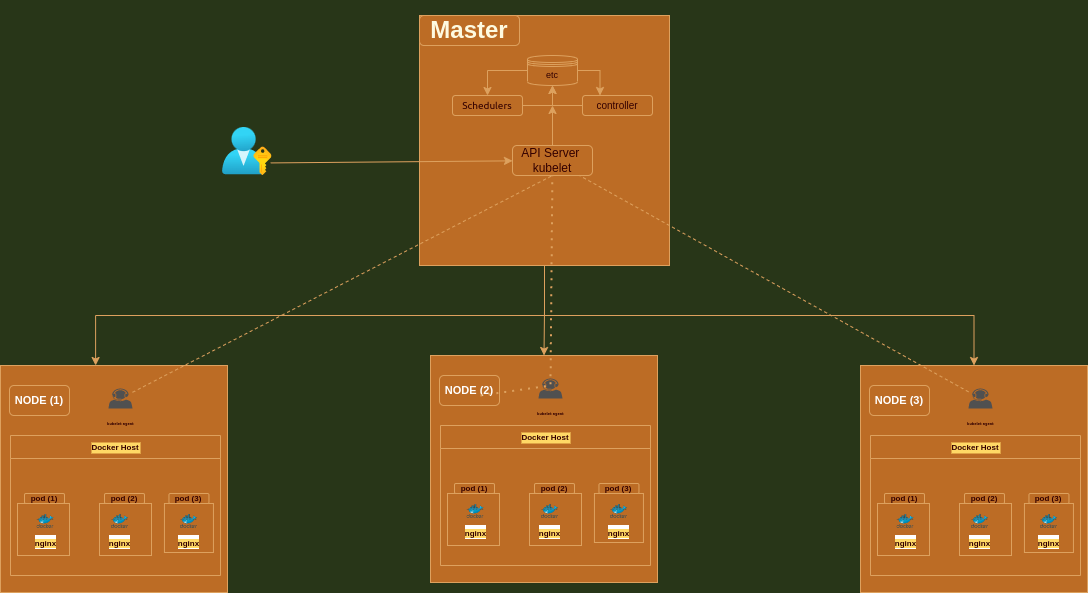
The draw.io diagram images/Kub.png in hossamalsankary/DevOps-journey, before a commit. Source tidied: cells renumbered, new cells last; positions are measured from the earlier drawing's top-left corner, leaving out a move shared by most shapes. The source it was exported from:
```xml
<mxGraphModel background="#283618">
  <root>
    <mxCell id="0" />
    <mxCell id="1" parent="0" />
    <mxCell id="2" style="edgeStyle=orthogonalEdgeStyle;rounded=0;jettySize=auto;html=1;strokeColor=#DDA15E;fontSize=4;fontColor=#330000;fillColor=#BC6C25;" parent="1" edge="1" source="5" target="44">
      <mxGeometry relative="1" as="geometry" />
    </mxCell>
    <mxCell id="3" style="edgeStyle=orthogonalEdgeStyle;rounded=0;jettySize=auto;html=1;exitX=0.5;exitY=1;exitDx=0;exitDy=0;strokeColor=#DDA15E;fontSize=4;fontColor=#330000;fillColor=#BC6C25;" parent="1" edge="1" source="5" target="31">
      <mxGeometry relative="1" as="geometry" />
    </mxCell>
    <mxCell id="4" style="edgeStyle=orthogonalEdgeStyle;rounded=0;jettySize=auto;html=1;entryX=0.419;entryY=0;entryDx=0;entryDy=0;entryPerimeter=0;strokeColor=#DDA15E;fontSize=4;fontColor=#330000;fillColor=#BC6C25;" parent="1" edge="1" source="5" target="6">
      <mxGeometry relative="1" as="geometry">
        <Array as="points">
          <mxPoint x="544" y="300" />
          <mxPoint x="95" y="300" />
        </Array>
      </mxGeometry>
    </mxCell>
    <mxCell id="5" style="whiteSpace=wrap;html=1;strokeColor=#DDA15E;fontColor=#FEFAE0;fillColor=#BC6C25;fontStyle=1;" parent="1" vertex="1">
      <mxGeometry x="419" width="250" height="250" as="geometry" />
    </mxCell>
    <mxCell id="6" style="whiteSpace=wrap;html=1;strokeColor=#DDA15E;fontColor=#FEFAE0;fillColor=#BC6C25;" parent="1" vertex="1">
      <mxGeometry y="350" width="227" height="227" as="geometry" />
    </mxCell>
    <mxCell id="7" value="&lt;h1&gt;&lt;b&gt;Master&lt;/b&gt;&lt;/h1&gt;" style="rounded=1;whiteSpace=wrap;html=1;strokeColor=#DDA15E;fontColor=#FEFAE0;fillColor=#BC6C25;" parent="1" vertex="1">
      <mxGeometry x="419" width="100" height="30" as="geometry" />
    </mxCell>
    <mxCell id="8" style="edgeStyle=orthogonalEdgeStyle;rounded=0;jettySize=auto;html=1;strokeColor=#DDA15E;fontSize=9;fontColor=#330000;fillColor=#BC6C25;" parent="1" edge="1" source="9">
      <mxGeometry relative="1" as="geometry">
        <mxPoint x="552" y="90" as="targetPoint" />
      </mxGeometry>
    </mxCell>
    <mxCell id="9" value="API Server&amp;nbsp;&lt;br&gt;kubelet" style="rounded=1;whiteSpace=wrap;html=1;strokeColor=#DDA15E;fontColor=#330000;fillColor=#BC6C25;" parent="1" vertex="1">
      <mxGeometry x="512" y="130" width="80" height="30" as="geometry" />
    </mxCell>
    <mxCell id="10" style="html=1;points=[];align=center;image;fontSize=12;image=img/lib/azure2/azure_stack/User_Subscriptions.svg;strokeColor=#DDA15E;fontColor=#330000;fillColor=#BC6C25;" parent="1" vertex="1">
      <mxGeometry x="222" y="112" width="49.5" height="48" as="geometry" />
    </mxCell>
    <mxCell id="11" style="endArrow=classic;html=1;rounded=0;strokeColor=#DDA15E;fontColor=#330000;fillColor=#BC6C25;exitX=0.975;exitY=0.738;exitDx=0;exitDy=0;exitPerimeter=0;" parent="1" edge="1" source="10" target="9">
      <mxGeometry relative="1" as="geometry" />
    </mxCell>
    <mxCell id="12" style="edgeStyle=orthogonalEdgeStyle;rounded=0;jettySize=auto;html=1;entryX=0.5;entryY=1;entryDx=0;entryDy=0;strokeColor=#DDA15E;fontSize=9;fontColor=#330000;fillColor=#BC6C25;" parent="1" edge="1" source="13" target="18">
      <mxGeometry relative="1" as="geometry" />
    </mxCell>
    <mxCell id="13" value="controller" style="rounded=1;whiteSpace=wrap;html=1;strokeColor=#DDA15E;fontSize=10;fontColor=#330000;fillColor=#BC6C25;" parent="1" vertex="1">
      <mxGeometry x="582" y="80" width="70" height="20" as="geometry" />
    </mxCell>
    <mxCell id="14" style="edgeStyle=orthogonalEdgeStyle;rounded=0;jettySize=auto;html=1;strokeColor=#DDA15E;fontSize=9;fontColor=#330000;fillColor=#BC6C25;" parent="1" edge="1" source="15">
      <mxGeometry relative="1" as="geometry">
        <mxPoint x="552" y="70" as="targetPoint" />
      </mxGeometry>
    </mxCell>
    <mxCell id="15" value="&lt;span style=&quot;font-family: -apple-system, BlinkMacSystemFont, &amp;quot;Segoe WPC&amp;quot;, &amp;quot;Segoe UI&amp;quot;, system-ui, Ubuntu, &amp;quot;Droid Sans&amp;quot;, sans-serif; text-align: left;&quot;&gt;Schedulers&lt;/span&gt;" style="rounded=1;whiteSpace=wrap;html=1;strokeColor=#DDA15E;fontSize=10;fontColor=#330000;fillColor=#BC6C25;" parent="1" vertex="1">
      <mxGeometry x="452" y="80" width="70" height="20" as="geometry" />
    </mxCell>
    <mxCell id="16" style="edgeStyle=orthogonalEdgeStyle;rounded=0;jettySize=auto;html=1;entryX=0.25;entryY=0;entryDx=0;entryDy=0;strokeColor=#DDA15E;fontSize=9;fontColor=#330000;fillColor=#BC6C25;" parent="1" edge="1" source="18" target="13">
      <mxGeometry relative="1" as="geometry" />
    </mxCell>
    <mxCell id="17" style="edgeStyle=orthogonalEdgeStyle;rounded=0;jettySize=auto;html=1;strokeColor=#DDA15E;fontSize=9;fontColor=#330000;fillColor=#BC6C25;" parent="1" edge="1" source="18" target="15">
      <mxGeometry relative="1" as="geometry" />
    </mxCell>
    <mxCell id="18" value="etc" style="shape=datastore;whiteSpace=wrap;html=1;strokeColor=#DDA15E;fontSize=9;fontColor=#330000;fillColor=#BC6C25;" parent="1" vertex="1">
      <mxGeometry x="527" y="40" width="50" height="30" as="geometry" />
    </mxCell>
    <mxCell id="19" value="&lt;font size=&quot;1&quot; style=&quot;&quot; color=&quot;#ffffff&quot;&gt;&lt;b style=&quot;font-size: 11px;&quot;&gt;NODE (1)&lt;/b&gt;&lt;/font&gt;" style="rounded=1;whiteSpace=wrap;html=1;strokeColor=#DDA15E;fontSize=9;fontColor=#330000;fillColor=#BC6C25;" parent="1" vertex="1">
      <mxGeometry x="9" y="370" width="60" height="30" as="geometry" />
    </mxCell>
    <mxCell id="20" value="&lt;span style=&quot;font-family: -apple-system, BlinkMacSystemFont, &amp;quot;Segoe WPC&amp;quot;, &amp;quot;Segoe UI&amp;quot;, system-ui, Ubuntu, &amp;quot;Droid Sans&amp;quot;, sans-serif; text-align: left;&quot;&gt;&lt;b style=&quot;&quot;&gt;&lt;font style=&quot;font-size: 4px;&quot; color=&quot;#330000&quot;&gt;kubelet agent&lt;/font&gt;&lt;/b&gt;&lt;/span&gt;" style="sketch=0;shadow=0;dashed=0;html=1;strokeColor=none;fillColor=#505050;labelPosition=center;verticalLabelPosition=bottom;verticalAlign=top;outlineConnect=0;align=center;shape=mxgraph.office.users.call_center_agent;fontSize=11;fontColor=#FFFFFF;" parent="1" vertex="1">
      <mxGeometry x="108" y="373" width="24" height="20" as="geometry" />
    </mxCell>
    <mxCell id="21" style="whiteSpace=wrap;html=1;strokeColor=#DDA15E;fontSize=9;fontColor=#330000;fillColor=#BC6C25;" parent="1" vertex="1">
      <mxGeometry x="99" y="488" width="52" height="52" as="geometry" />
    </mxCell>
    <mxCell id="22" value="&lt;font style=&quot;font-size: 8px;&quot;&gt;&lt;b style=&quot;line-height: 1;&quot;&gt;pod (2)&lt;/b&gt;&lt;/font&gt;" style="rounded=1;whiteSpace=wrap;html=1;strokeColor=#DDA15E;fontSize=9;fontColor=#330000;fillColor=#BC6C25;" parent="1" vertex="1">
      <mxGeometry x="104" y="478" width="40" height="10" as="geometry" />
    </mxCell>
    <mxCell id="23" value="&lt;font style=&quot;font-size: 8px; line-height: 0.6;&quot;&gt;&lt;b style=&quot;background-color: rgb(255, 217, 102);&quot;&gt;nginx&lt;/b&gt;&lt;/font&gt;" style="sketch=0;html=1;align=center;image;fontSize=12;image=img/lib/mscae/Docker.svg;strokeColor=#DDA15E;fontColor=#330000;fillColor=#BC6C25;" parent="1" vertex="1">
      <mxGeometry x="110.9" y="499" width="17.1" height="14" as="geometry" />
    </mxCell>
    <mxCell id="24" style="whiteSpace=wrap;html=1;strokeColor=#DDA15E;fontSize=9;fontColor=#330000;fillColor=#BC6C25;" parent="1" vertex="1">
      <mxGeometry x="17" y="488" width="52" height="52" as="geometry" />
    </mxCell>
    <mxCell id="25" value="&lt;font style=&quot;font-size: 8px;&quot;&gt;&lt;b style=&quot;line-height: 1;&quot;&gt;pod (1)&lt;/b&gt;&lt;/font&gt;" style="rounded=1;whiteSpace=wrap;html=1;strokeColor=#DDA15E;fontSize=9;fontColor=#330000;fillColor=#BC6C25;" parent="1" vertex="1">
      <mxGeometry x="24" y="478" width="40" height="10" as="geometry" />
    </mxCell>
    <mxCell id="26" value="&lt;font style=&quot;font-size: 8px; line-height: 0.6;&quot;&gt;&lt;b style=&quot;background-color: rgb(255, 217, 102);&quot;&gt;nginx&lt;/b&gt;&lt;/font&gt;" style="sketch=0;html=1;align=center;image;fontSize=12;image=img/lib/mscae/Docker.svg;strokeColor=#DDA15E;fontColor=#330000;fillColor=#BC6C25;" parent="1" vertex="1">
      <mxGeometry x="36.5" y="499" width="17.1" height="14" as="geometry" />
    </mxCell>
    <mxCell id="27" style="whiteSpace=wrap;html=1;strokeColor=#DDA15E;fontSize=9;fontColor=#330000;fillColor=#BC6C25;" parent="1" vertex="1">
      <mxGeometry x="163.9" y="488" width="49" height="49" as="geometry" />
    </mxCell>
    <mxCell id="28" value="&lt;font style=&quot;font-size: 8px;&quot;&gt;&lt;b style=&quot;line-height: 1;&quot;&gt;pod (3)&lt;/b&gt;&lt;/font&gt;" style="rounded=1;whiteSpace=wrap;html=1;strokeColor=#DDA15E;fontSize=9;fontColor=#330000;fillColor=#BC6C25;" parent="1" vertex="1">
      <mxGeometry x="168.4" y="478" width="40" height="10" as="geometry" />
    </mxCell>
    <mxCell id="29" value="&lt;font style=&quot;font-size: 8px; line-height: 0.6;&quot;&gt;&lt;b style=&quot;background-color: rgb(255, 217, 102);&quot;&gt;nginx&lt;/b&gt;&lt;/font&gt;" style="sketch=0;html=1;align=center;image;fontSize=12;image=img/lib/mscae/Docker.svg;strokeColor=#DDA15E;fontColor=#330000;fillColor=#BC6C25;" parent="1" vertex="1">
      <mxGeometry x="179.9" y="499" width="17.1" height="14" as="geometry" />
    </mxCell>
    <mxCell id="30" value="Docker Host" style="swimlane;labelBackgroundColor=#FFD966;strokeColor=#DDA15E;fontSize=8;fontColor=#330000;fillColor=#BC6C25;" parent="1" vertex="1" collapsed="1">
      <mxGeometry x="10" y="420" width="210" height="140" as="geometry" />
    </mxCell>
    <mxCell id="31" style="whiteSpace=wrap;html=1;strokeColor=#DDA15E;fontColor=#FEFAE0;fillColor=#BC6C25;" parent="1" vertex="1">
      <mxGeometry x="860" y="350" width="227" height="227" as="geometry" />
    </mxCell>
    <mxCell id="32" value="&lt;font size=&quot;1&quot; style=&quot;&quot; color=&quot;#ffffff&quot;&gt;&lt;b style=&quot;font-size: 11px;&quot;&gt;NODE (3)&lt;/b&gt;&lt;/font&gt;" style="rounded=1;whiteSpace=wrap;html=1;strokeColor=#DDA15E;fontSize=9;fontColor=#330000;fillColor=#BC6C25;" parent="1" vertex="1">
      <mxGeometry x="869" y="370" width="60" height="30" as="geometry" />
    </mxCell>
    <mxCell id="33" value="&lt;span style=&quot;font-family: -apple-system, BlinkMacSystemFont, &amp;quot;Segoe WPC&amp;quot;, &amp;quot;Segoe UI&amp;quot;, system-ui, Ubuntu, &amp;quot;Droid Sans&amp;quot;, sans-serif; text-align: left;&quot;&gt;&lt;b style=&quot;&quot;&gt;&lt;font style=&quot;font-size: 4px;&quot; color=&quot;#330000&quot;&gt;kubelet agent&lt;/font&gt;&lt;/b&gt;&lt;/span&gt;" style="sketch=0;shadow=0;dashed=0;html=1;strokeColor=none;fillColor=#505050;labelPosition=center;verticalLabelPosition=bottom;verticalAlign=top;outlineConnect=0;align=center;shape=mxgraph.office.users.call_center_agent;fontSize=11;fontColor=#FFFFFF;" parent="1" vertex="1">
      <mxGeometry x="968" y="373" width="24" height="20" as="geometry" />
    </mxCell>
    <mxCell id="34" style="whiteSpace=wrap;html=1;strokeColor=#DDA15E;fontSize=9;fontColor=#330000;fillColor=#BC6C25;" parent="1" vertex="1">
      <mxGeometry x="959" y="488" width="52" height="52" as="geometry" />
    </mxCell>
    <mxCell id="35" value="&lt;font style=&quot;font-size: 8px;&quot;&gt;&lt;b style=&quot;line-height: 1;&quot;&gt;pod (2)&lt;/b&gt;&lt;/font&gt;" style="rounded=1;whiteSpace=wrap;html=1;strokeColor=#DDA15E;fontSize=9;fontColor=#330000;fillColor=#BC6C25;" parent="1" vertex="1">
      <mxGeometry x="964" y="478" width="40" height="10" as="geometry" />
    </mxCell>
    <mxCell id="36" value="&lt;font style=&quot;font-size: 8px; line-height: 0.6;&quot;&gt;&lt;b style=&quot;background-color: rgb(255, 217, 102);&quot;&gt;nginx&lt;/b&gt;&lt;/font&gt;" style="sketch=0;html=1;align=center;image;fontSize=12;image=img/lib/mscae/Docker.svg;strokeColor=#DDA15E;fontColor=#330000;fillColor=#BC6C25;" parent="1" vertex="1">
      <mxGeometry x="970.9" y="499" width="17.1" height="14" as="geometry" />
    </mxCell>
    <mxCell id="37" style="whiteSpace=wrap;html=1;strokeColor=#DDA15E;fontSize=9;fontColor=#330000;fillColor=#BC6C25;" parent="1" vertex="1">
      <mxGeometry x="877" y="488" width="52" height="52" as="geometry" />
    </mxCell>
    <mxCell id="38" value="&lt;font style=&quot;font-size: 8px;&quot;&gt;&lt;b style=&quot;line-height: 1;&quot;&gt;pod (1)&lt;/b&gt;&lt;/font&gt;" style="rounded=1;whiteSpace=wrap;html=1;strokeColor=#DDA15E;fontSize=9;fontColor=#330000;fillColor=#BC6C25;" parent="1" vertex="1">
      <mxGeometry x="884" y="478" width="40" height="10" as="geometry" />
    </mxCell>
    <mxCell id="39" value="&lt;font style=&quot;font-size: 8px; line-height: 0.6;&quot;&gt;&lt;b style=&quot;background-color: rgb(255, 217, 102);&quot;&gt;nginx&lt;/b&gt;&lt;/font&gt;" style="sketch=0;html=1;align=center;image;fontSize=12;image=img/lib/mscae/Docker.svg;strokeColor=#DDA15E;fontColor=#330000;fillColor=#BC6C25;" parent="1" vertex="1">
      <mxGeometry x="896.5" y="499" width="17.1" height="14" as="geometry" />
    </mxCell>
    <mxCell id="40" style="whiteSpace=wrap;html=1;strokeColor=#DDA15E;fontSize=9;fontColor=#330000;fillColor=#BC6C25;" parent="1" vertex="1">
      <mxGeometry x="1024" y="488" width="49" height="49" as="geometry" />
    </mxCell>
    <mxCell id="41" value="&lt;font style=&quot;font-size: 8px;&quot;&gt;&lt;b style=&quot;line-height: 1;&quot;&gt;pod (3)&lt;/b&gt;&lt;/font&gt;" style="rounded=1;whiteSpace=wrap;html=1;strokeColor=#DDA15E;fontSize=9;fontColor=#330000;fillColor=#BC6C25;" parent="1" vertex="1">
      <mxGeometry x="1028.5" y="478" width="40" height="10" as="geometry" />
    </mxCell>
    <mxCell id="42" value="&lt;font style=&quot;font-size: 8px; line-height: 0.6;&quot;&gt;&lt;b style=&quot;background-color: rgb(255, 217, 102);&quot;&gt;nginx&lt;/b&gt;&lt;/font&gt;" style="sketch=0;html=1;align=center;image;fontSize=12;image=img/lib/mscae/Docker.svg;strokeColor=#DDA15E;fontColor=#330000;fillColor=#BC6C25;" parent="1" vertex="1">
      <mxGeometry x="1039.9" y="499" width="17.1" height="14" as="geometry" />
    </mxCell>
    <mxCell id="43" value="Docker Host" style="swimlane;labelBackgroundColor=#FFD966;strokeColor=#DDA15E;fontSize=8;fontColor=#330000;fillColor=#BC6C25;" parent="1" vertex="1" collapsed="1">
      <mxGeometry x="870" y="420" width="210" height="140" as="geometry" />
    </mxCell>
    <mxCell id="44" style="whiteSpace=wrap;html=1;strokeColor=#DDA15E;fontColor=#FEFAE0;fillColor=#BC6C25;" parent="1" vertex="1">
      <mxGeometry x="430" y="340" width="227" height="227" as="geometry" />
    </mxCell>
    <mxCell id="45" value="&lt;font size=&quot;1&quot; style=&quot;&quot; color=&quot;#ffffff&quot;&gt;&lt;b style=&quot;font-size: 11px;&quot;&gt;NODE (2)&lt;/b&gt;&lt;/font&gt;" style="rounded=1;whiteSpace=wrap;html=1;strokeColor=#DDA15E;fontSize=9;fontColor=#330000;fillColor=#BC6C25;" parent="1" vertex="1">
      <mxGeometry x="439" y="360" width="60" height="30" as="geometry" />
    </mxCell>
    <mxCell id="46" value="&lt;span style=&quot;font-family: -apple-system, BlinkMacSystemFont, &amp;quot;Segoe WPC&amp;quot;, &amp;quot;Segoe UI&amp;quot;, system-ui, Ubuntu, &amp;quot;Droid Sans&amp;quot;, sans-serif; text-align: left;&quot;&gt;&lt;b style=&quot;&quot;&gt;&lt;font style=&quot;font-size: 4px;&quot; color=&quot;#330000&quot;&gt;kubelet agent&lt;/font&gt;&lt;/b&gt;&lt;/span&gt;" style="sketch=0;shadow=0;dashed=0;html=1;strokeColor=none;fillColor=#505050;labelPosition=center;verticalLabelPosition=bottom;verticalAlign=top;align=center;shape=mxgraph.office.users.call_center_agent;fontSize=11;fontColor=#FFFFFF;" parent="1" vertex="1">
      <mxGeometry x="538" y="363" width="24" height="20" as="geometry" />
    </mxCell>
    <mxCell id="47" style="whiteSpace=wrap;html=1;strokeColor=#DDA15E;fontSize=9;fontColor=#330000;fillColor=#BC6C25;" parent="1" vertex="1">
      <mxGeometry x="529" y="478" width="52" height="52" as="geometry" />
    </mxCell>
    <mxCell id="48" value="&lt;font style=&quot;font-size: 8px;&quot;&gt;&lt;b style=&quot;line-height: 1;&quot;&gt;pod (2)&lt;/b&gt;&lt;/font&gt;" style="rounded=1;whiteSpace=wrap;html=1;strokeColor=#DDA15E;fontSize=9;fontColor=#330000;fillColor=#BC6C25;" parent="1" vertex="1">
      <mxGeometry x="534" y="468" width="40" height="10" as="geometry" />
    </mxCell>
    <mxCell id="49" value="&lt;font style=&quot;font-size: 8px; line-height: 0.6;&quot;&gt;&lt;b style=&quot;background-color: rgb(255, 217, 102);&quot;&gt;nginx&lt;/b&gt;&lt;/font&gt;" style="sketch=0;html=1;align=center;image;fontSize=12;image=img/lib/mscae/Docker.svg;strokeColor=#DDA15E;fontColor=#330000;fillColor=#BC6C25;" parent="1" vertex="1">
      <mxGeometry x="540.9" y="489" width="17.1" height="14" as="geometry" />
    </mxCell>
    <mxCell id="50" style="whiteSpace=wrap;html=1;strokeColor=#DDA15E;fontSize=9;fontColor=#330000;fillColor=#BC6C25;" parent="1" vertex="1">
      <mxGeometry x="447" y="478" width="52" height="52" as="geometry" />
    </mxCell>
    <mxCell id="51" value="&lt;font style=&quot;font-size: 8px;&quot;&gt;&lt;b style=&quot;line-height: 1;&quot;&gt;pod (1)&lt;/b&gt;&lt;/font&gt;" style="rounded=1;whiteSpace=wrap;html=1;strokeColor=#DDA15E;fontSize=9;fontColor=#330000;fillColor=#BC6C25;" parent="1" vertex="1">
      <mxGeometry x="454" y="468" width="40" height="10" as="geometry" />
    </mxCell>
    <mxCell id="52" value="&lt;font style=&quot;font-size: 8px; line-height: 0.6;&quot;&gt;&lt;b style=&quot;background-color: rgb(255, 217, 102);&quot;&gt;nginx&lt;/b&gt;&lt;/font&gt;" style="sketch=0;html=1;align=center;image;fontSize=12;image=img/lib/mscae/Docker.svg;strokeColor=#DDA15E;fontColor=#330000;fillColor=#BC6C25;" parent="1" vertex="1">
      <mxGeometry x="466.5" y="489" width="17.1" height="14" as="geometry" />
    </mxCell>
    <mxCell id="53" style="whiteSpace=wrap;html=1;strokeColor=#DDA15E;fontSize=9;fontColor=#330000;fillColor=#BC6C25;" parent="1" vertex="1">
      <mxGeometry x="594" y="478" width="49" height="49" as="geometry" />
    </mxCell>
    <mxCell id="54" value="&lt;font style=&quot;font-size: 8px;&quot;&gt;&lt;b style=&quot;line-height: 1;&quot;&gt;pod (3)&lt;/b&gt;&lt;/font&gt;" style="rounded=1;whiteSpace=wrap;html=1;strokeColor=#DDA15E;fontSize=9;fontColor=#330000;fillColor=#BC6C25;" parent="1" vertex="1">
      <mxGeometry x="598.5" y="468" width="40" height="10" as="geometry" />
    </mxCell>
    <mxCell id="55" value="&lt;font style=&quot;font-size: 8px; line-height: 0.6;&quot;&gt;&lt;b style=&quot;background-color: rgb(255, 217, 102);&quot;&gt;nginx&lt;/b&gt;&lt;/font&gt;" style="sketch=0;html=1;align=center;image;fontSize=12;image=img/lib/mscae/Docker.svg;strokeColor=#DDA15E;fontColor=#330000;fillColor=#BC6C25;" parent="1" vertex="1">
      <mxGeometry x="609.9" y="489" width="17.1" height="14" as="geometry" />
    </mxCell>
    <mxCell id="56" value="Docker Host" style="swimlane;labelBackgroundColor=#FFD966;strokeColor=#DDA15E;fontSize=8;fontColor=#330000;fillColor=#BC6C25;" parent="1" vertex="1" collapsed="1">
      <mxGeometry x="440" y="410" width="210" height="140" as="geometry" />
    </mxCell>
    <mxCell id="57" style="endArrow=none;dashed=1;html=1;dashPattern=1 3;strokeWidth=2;rounded=0;strokeColor=#DDA15E;fontSize=4;fontColor=#330000;fillColor=#BC6C25;" parent="1" edge="1" target="9">
      <mxGeometry relative="1" as="geometry">
        <mxPoint x="480" y="380" as="sourcePoint" />
        <Array as="points">
          <mxPoint x="550" y="370" />
        </Array>
      </mxGeometry>
    </mxCell>
    <mxCell id="58" style="endArrow=none;dashed=1;html=1;rounded=0;strokeColor=#DDA15E;fontSize=4;fontColor=#330000;fillColor=#BC6C25;entryX=0.5;entryY=1;entryDx=0;entryDy=0;" parent="1" edge="1" source="20" target="9">
      <mxGeometry relative="1" as="geometry" />
    </mxCell>
    <mxCell id="59" style="endArrow=none;dashed=1;html=1;rounded=0;strokeColor=#DDA15E;fontSize=4;fontColor=#330000;fillColor=#BC6C25;" parent="1" edge="1" source="33" target="9">
      <mxGeometry relative="1" as="geometry" />
    </mxCell>
  </root>
</mxGraphModel>
```
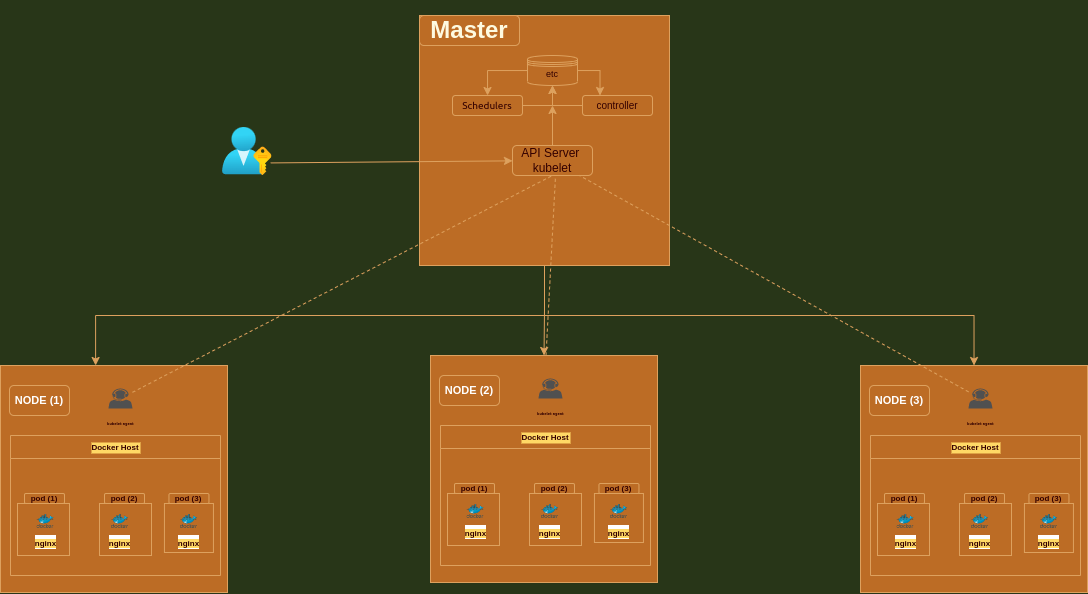
The same diagram one commit later.

What changed in the source:
```diff
@@ -176,19 +176,17 @@
     <mxCell id="56" value="Docker Host" style="swimlane;labelBackgroundColor=#FFD966;strokeColor=#DDA15E;fontSize=8;fontColor=#330000;fillColor=#BC6C25;" parent="1" vertex="1" collapsed="1">
       <mxGeometry x="440" y="410" width="210" height="140" as="geometry" />
     </mxCell>
-    <mxCell id="57" style="endArrow=none;dashed=1;html=1;dashPattern=1 3;strokeWidth=2;rounded=0;strokeColor=#DDA15E;fontSize=4;fontColor=#330000;fillColor=#BC6C25;" parent="1" edge="1" target="9">
-      <mxGeometry relative="1" as="geometry">
-        <mxPoint x="480" y="380" as="sourcePoint" />
-        <Array as="points">
-          <mxPoint x="550" y="370" />
-        </Array>
-      </mxGeometry>
-    </mxCell>
     <mxCell id="58" style="endArrow=none;dashed=1;html=1;rounded=0;strokeColor=#DDA15E;fontSize=4;fontColor=#330000;fillColor=#BC6C25;entryX=0.5;entryY=1;entryDx=0;entryDy=0;" parent="1" edge="1" source="20" target="9">
       <mxGeometry relative="1" as="geometry" />
     </mxCell>
     <mxCell id="59" style="endArrow=none;dashed=1;html=1;rounded=0;strokeColor=#DDA15E;fontSize=4;fontColor=#330000;fillColor=#BC6C25;" parent="1" edge="1" source="33" target="9">
       <mxGeometry relative="1" as="geometry" />
     </mxCell>
+    <mxCell id="60" style="endArrow=none;dashed=1;html=1;rounded=0;strokeColor=#DDA15E;fontSize=4;fontColor=#330000;fillColor=#BC6C25;entryX=0.588;entryY=1;entryDx=0;entryDy=0;entryPerimeter=0;" parent="1" edge="1">
+      <mxGeometry relative="1" as="geometry">
+        <mxPoint x="545.5" y="340" as="sourcePoint" />
+        <mxPoint x="555" y="160" as="targetPoint" />
+      </mxGeometry>
+    </mxCell>
   </root>
 </mxGraphModel>
```
